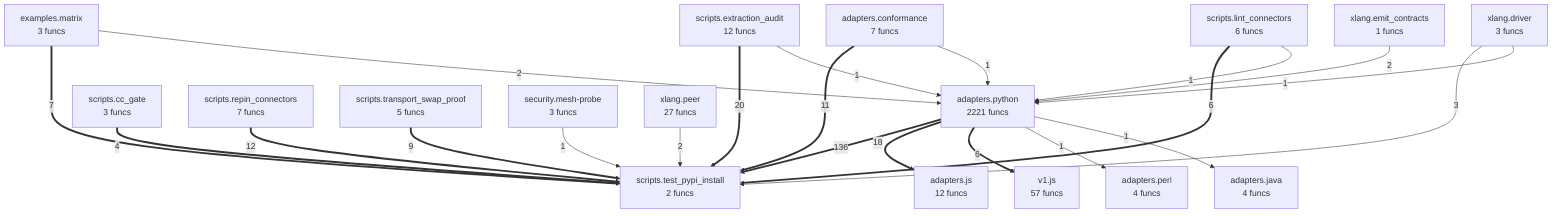
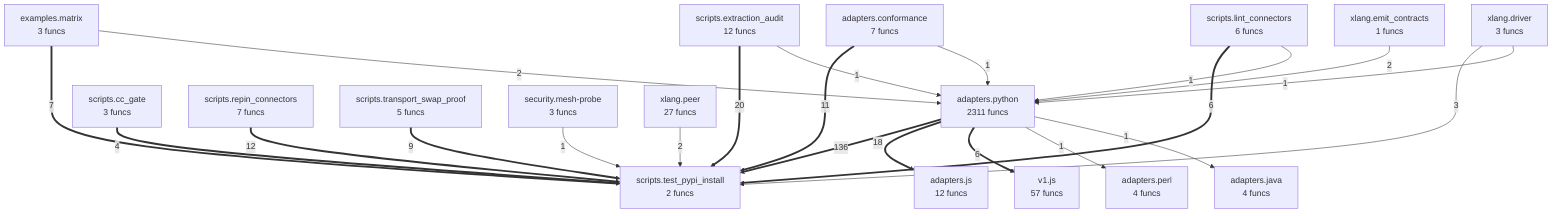
flowchart TD
- %% generated in 0.11s
+ %% generated in 0.06s
    adapters__conformance["adapters.conformance<br/>7 funcs"]
    adapters__java["adapters.java<br/>4 funcs"]
    adapters__js["adapters.js<br/>12 funcs"]
    adapters__perl["adapters.perl<br/>4 funcs"]
-     adapters__python["adapters.python<br/>2221 funcs"]
+     adapters__python["adapters.python<br/>2311 funcs"]
    examples__matrix["examples.matrix<br/>3 funcs"]
    scripts__cc_gate["scripts.cc_gate<br/>3 funcs"]
    scripts__extraction_audit["scripts.extraction_audit<br/>12 funcs"]
    scripts__lint_connectors["scripts.lint_connectors<br/>6 funcs"]
    scripts__repin_connectors["scripts.repin_connectors<br/>7 funcs"]
    scripts__test_pypi_install["scripts.test_pypi_install<br/>2 funcs"]
    scripts__transport_swap_proof["scripts.transport_swap_proof<br/>5 funcs"]
    security__mesh_probe["security.mesh-probe<br/>3 funcs"]
    v1__js["v1.js<br/>57 funcs"]
    xlang__driver["xlang.driver<br/>3 funcs"]
    xlang__emit_contracts["xlang.emit_contracts<br/>1 funcs"]
    xlang__peer["xlang.peer<br/>27 funcs"]
    adapters__python ==>|136| scripts__test_pypi_install
    scripts__extraction_audit ==>|20| scripts__test_pypi_install
    adapters__python ==>|18| adapters__js
    scripts__repin_connectors ==>|12| scripts__test_pypi_install
    adapters__conformance ==>|11| scripts__test_pypi_install
    scripts__transport_swap_proof ==>|9| scripts__test_pypi_install
    examples__matrix ==>|7| scripts__test_pypi_install
    scripts__lint_connectors ==>|6| scripts__test_pypi_install
    adapters__python ==>|6| v1__js
    scripts__cc_gate ==>|4| scripts__test_pypi_install
    xlang__driver -->|3| scripts__test_pypi_install
    examples__matrix -->|2| adapters__python
    xlang__emit_contracts -->|2| adapters__python
    xlang__peer -->|2| scripts__test_pypi_install
    security__mesh_probe -->|1| scripts__test_pypi_install
    scripts__lint_connectors -->|1| adapters__python
    scripts__extraction_audit -->|1| adapters__python
    adapters__conformance -->|1| adapters__python
    adapters__python -->|1| adapters__perl
    adapters__python -->|1| adapters__java
    xlang__driver -->|1| adapters__python
